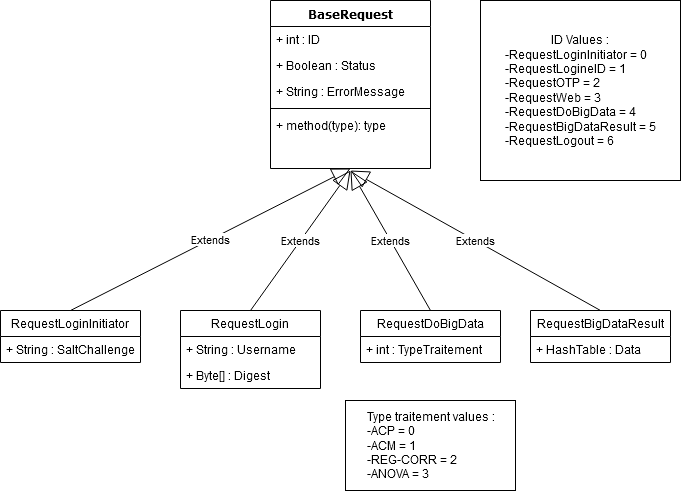
Before: Protocole/Protocole.png, a diagram exported from draw.io (Sirorco/Isil-Data-Scientist). Source tidied: cells renumbered, new cells last; positions are measured from the earlier drawing's top-left corner, leaving out a move shared by most shapes.
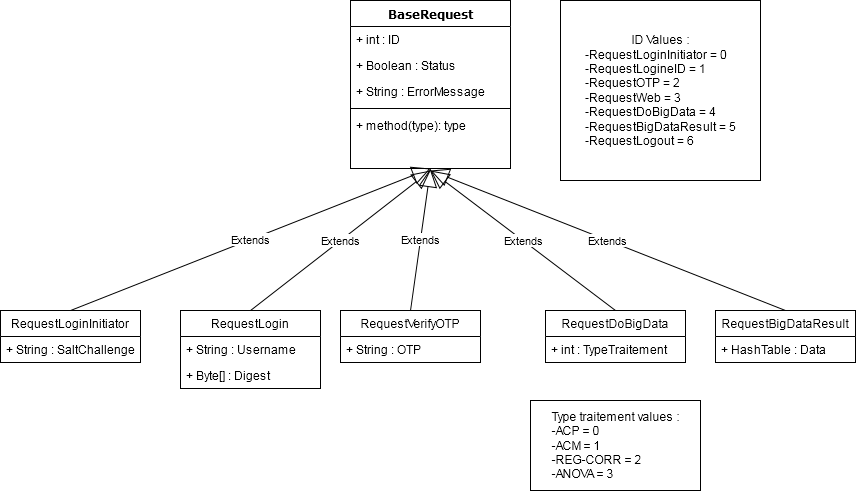
After the change.

The edit, as a diff of the source:
```diff
@@ -1,9 +1,9 @@
-<mxGraphModel background="#ffffff">
+<mxGraphModel>
   <root>
     <mxCell id="0" />
     <mxCell id="1" parent="0" />
     <mxCell id="2" value="&lt;div&gt;BaseRequest&lt;/div&gt;&lt;div&gt;&lt;br&gt;&lt;/div&gt;&lt;div&gt;&lt;br&gt;&lt;/div&gt;&lt;div&gt;&lt;br&gt;&lt;/div&gt;" style="swimlane;html=1;fontStyle=1;align=center;verticalAlign=top;horizontal=1;startSize=26;swimlaneFillColor=#ffffff;rounded=0;shadow=0;comic=0;labelBackgroundColor=none;strokeWidth=1;fillColor=none;fontFamily=Verdana;fontSize=12;" parent="1" vertex="1">
-      <mxGeometry x="270" width="160" height="168" as="geometry" />
+      <mxGeometry x="320" y="110" width="160" height="168" as="geometry" />
     </mxCell>
     <mxCell id="3" value="+ int : ID" style="text;html=1;strokeColor=none;fillColor=none;align=left;verticalAlign=top;spacingLeft=4;spacingRight=4;whiteSpace=wrap;overflow=hidden;" parent="2" vertex="1">
       <mxGeometry y="26" width="160" height="26" as="geometry" />
@@ -21,7 +21,7 @@
       <mxGeometry y="112" width="160" height="26" as="geometry" />
     </mxCell>
     <mxCell id="8" value="RequestLoginInitiator" style="swimlane;fontStyle=0;horizontal=1;startSize=26;fillColor=none;" parent="1" vertex="1">
-      <mxGeometry y="310" width="140" height="52" as="geometry" />
+      <mxGeometry x="-30" y="420" width="140" height="52" as="geometry" />
     </mxCell>
     <mxCell id="9" value="+ String : SaltChallenge" style="text;strokeColor=none;fillColor=none;align=left;verticalAlign=top;spacingLeft=4;spacingRight=4;overflow=hidden;" parent="8" vertex="1">
       <mxGeometry y="26" width="140" height="26" as="geometry" />
@@ -30,7 +30,7 @@
       <mxGeometry relative="1" as="geometry" />
     </mxCell>
     <mxCell id="11" value="RequestLogin" style="swimlane;fontStyle=0;horizontal=1;startSize=26;fillColor=none;" parent="1" vertex="1">
-      <mxGeometry x="180" y="310" width="140" height="78" as="geometry" />
+      <mxGeometry x="150" y="420" width="140" height="78" as="geometry" />
     </mxCell>
     <mxCell id="12" value="+ String : Username" style="text;strokeColor=none;fillColor=none;align=left;verticalAlign=top;spacingLeft=4;spacingRight=4;overflow=hidden;" parent="11" vertex="1">
       <mxGeometry y="26" width="140" height="26" as="geometry" />
@@ -38,38 +38,47 @@
     <mxCell id="13" value="+ Byte[] : Digest" style="text;strokeColor=none;fillColor=none;align=left;verticalAlign=top;spacingLeft=4;spacingRight=4;overflow=hidden;" parent="11" vertex="1">
       <mxGeometry y="52" width="140" height="26" as="geometry" />
     </mxCell>
-    <mxCell id="14" value="Extends" style="endArrow=block;endSize=16;endFill=0;html=1;exitX=0.5;exitY=0;exitDx=0;exitDy=0;" parent="1" edge="1" source="11">
-      <mxGeometry relative="1" as="geometry">
-        <mxPoint x="350" y="170" as="targetPoint" />
-      </mxGeometry>
-    </mxCell>
+    <mxCell id="23" value="Extends" style="endArrow=block;endSize=16;endFill=0;html=1;exitX=0.5;exitY=0;exitDx=0;exitDy=0;" parent="1" edge="1" source="11">
+      <mxGeometry relative="1" as="geometry">
+        <mxPoint x="400" y="280" as="targetPoint" />
+      </mxGeometry>
+    </mxCell>
     <mxCell id="15" value="ID Values :&lt;br&gt;&lt;div align=&quot;left&quot;&gt;-RequestLoginInitiator = 0&lt;br&gt;&lt;/div&gt;&lt;div align=&quot;left&quot;&gt;-RequestLogineID = 1&lt;/div&gt;&lt;div align=&quot;left&quot;&gt;-RequestOTP = 2&lt;/div&gt;&lt;div align=&quot;left&quot;&gt;-RequestWeb = 3&lt;/div&gt;&lt;div align=&quot;left&quot;&gt;-RequestDoBigData = 4&lt;br&gt;&lt;/div&gt;&lt;div align=&quot;left&quot;&gt;-RequestBigDataResult = 5&lt;/div&gt;&lt;div align=&quot;left&quot;&gt;-RequestLogout = 6&lt;br&gt;&lt;/div&gt;" style="html=1;" parent="1" vertex="1">
-      <mxGeometry x="480" width="200" height="180" as="geometry" />
+      <mxGeometry x="530" y="110" width="200" height="180" as="geometry" />
     </mxCell>
     <mxCell id="16" value="RequestDoBigData" style="swimlane;fontStyle=0;horizontal=1;startSize=26;fillColor=none;" parent="1" vertex="1">
-      <mxGeometry x="360" y="310" width="140" height="52" as="geometry" />
+      <mxGeometry x="515" y="420" width="140" height="52" as="geometry" />
     </mxCell>
     <mxCell id="17" value="+ int : TypeTraitement" style="text;strokeColor=none;fillColor=none;align=left;verticalAlign=top;spacingLeft=4;spacingRight=4;overflow=hidden;" parent="16" vertex="1">
       <mxGeometry y="26" width="140" height="26" as="geometry" />
     </mxCell>
     <mxCell id="18" value="RequestBigDataResult" style="swimlane;fontStyle=0;horizontal=1;startSize=26;fillColor=none;" parent="1" vertex="1">
-      <mxGeometry x="530" y="310" width="140" height="52" as="geometry" />
+      <mxGeometry x="685" y="420" width="140" height="52" as="geometry" />
     </mxCell>
     <mxCell id="19" value="+ HashTable : Data" style="text;strokeColor=none;fillColor=none;align=left;verticalAlign=top;spacingLeft=4;spacingRight=4;overflow=hidden;" parent="18" vertex="1">
       <mxGeometry y="26" width="140" height="26" as="geometry" />
     </mxCell>
-    <mxCell id="20" value="Extends" style="endArrow=block;endSize=16;endFill=0;html=1;exitX=0.5;exitY=0;exitDx=0;exitDy=0;" parent="1" edge="1" source="16">
-      <mxGeometry relative="1" as="geometry">
-        <mxPoint x="350" y="170" as="targetPoint" />
-      </mxGeometry>
-    </mxCell>
-    <mxCell id="21" value="Extends" style="endArrow=block;endSize=16;endFill=0;html=1;exitX=0.5;exitY=0;exitDx=0;exitDy=0;" parent="1" edge="1" source="18">
-      <mxGeometry relative="1" as="geometry">
-        <mxPoint x="350" y="170" as="targetPoint" />
-      </mxGeometry>
-    </mxCell>
+    <mxCell id="24" value="Extends" style="endArrow=block;endSize=16;endFill=0;html=1;exitX=0.5;exitY=0;exitDx=0;exitDy=0;" parent="1" edge="1" source="16">
+      <mxGeometry relative="1" as="geometry">
+        <mxPoint x="400" y="280" as="targetPoint" />
+      </mxGeometry>
+    </mxCell>
+    <mxCell id="25" value="Extends" style="endArrow=block;endSize=16;endFill=0;html=1;exitX=0.5;exitY=0;exitDx=0;exitDy=0;" parent="1" edge="1" source="18">
+      <mxGeometry relative="1" as="geometry">
+        <mxPoint x="400" y="280" as="targetPoint" />
+      </mxGeometry>
+    </mxCell>
     <mxCell id="22" value="&lt;div&gt;Type traitement values :&lt;/div&gt;&lt;div align=&quot;left&quot;&gt;-ACP = 0&lt;/div&gt;&lt;div align=&quot;left&quot;&gt;-ACM = 1&lt;/div&gt;&lt;div align=&quot;left&quot;&gt;-REG-CORR = 2&lt;/div&gt;&lt;div align=&quot;left&quot;&gt;-ANOVA = 3&lt;br&gt;&lt;/div&gt;" style="html=1;" parent="1" vertex="1">
-      <mxGeometry x="345" y="400" width="170" height="90" as="geometry" />
+      <mxGeometry x="500" y="510" width="170" height="90" as="geometry" />
     </mxCell>
+    <mxCell id="26" value="RequestVerifyOTP" style="swimlane;fontStyle=0;horizontal=1;startSize=26;fillColor=none;" parent="1" vertex="1">
+      <mxGeometry x="310" y="420" width="140" height="52" as="geometry" />
+    </mxCell>
+    <mxCell id="27" value="+ String : OTP" style="text;strokeColor=none;fillColor=none;align=left;verticalAlign=top;spacingLeft=4;spacingRight=4;overflow=hidden;" parent="26" vertex="1">
+      <mxGeometry y="26" width="140" height="26" as="geometry" />
+    </mxCell>
+    <mxCell id="28" value="Extends" style="endArrow=block;endSize=16;endFill=0;html=1;entryX=0.5;entryY=1;entryDx=0;entryDy=0;exitX=0.5;exitY=0;exitDx=0;exitDy=0;" parent="1" edge="1" source="26" target="2">
+      <mxGeometry relative="1" as="geometry" />
+    </mxCell>
   </root>
 </mxGraphModel>
```
